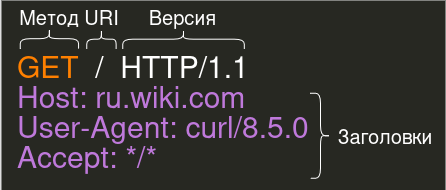
This is img/HTTP1_Request.drawio.png from DarkSoulEater/Http2Presentation, a draw.io export, as it was before one commit. Source tidied: cells renumbered, new cells last; positions are measured from the earlier drawing's top-left corner, leaving out a move shared by most shapes.
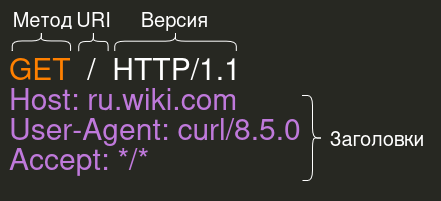
After the commit.

What changed in the source:
```diff
@@ -2,8 +2,8 @@
   <root>
     <mxCell id="0" />
     <mxCell id="1" parent="0" />
-    <mxCell id="2" style="rounded=0;whiteSpace=wrap;html=1;fillStyle=solid;fillColor=light-dark(#eeeeee, #272822);strokeColor=none;" parent="1" vertex="1">
-      <mxGeometry x="2" y="22" width="444" height="190" as="geometry" />
+    <mxCell id="2" style="rounded=0;whiteSpace=wrap;html=1;fillStyle=solid;fillColor=light-dark(#eeeeee, #272822);strokeColor=light-dark(#000000, #272822);" parent="1" vertex="1">
+      <mxGeometry x="9" y="19.8" width="440" height="200" as="geometry" />
     </mxCell>
     <mxCell id="3" value="&lt;font style=&quot;font-size: 30px;&quot;&gt;&lt;span style=&quot;color: light-dark(rgb(0, 0, 0), rgb(255, 128, 0));&quot;&gt;GET&lt;/span&gt;&amp;nbsp; /&amp;nbsp; HTTP/1.1&lt;/font&gt;" style="text;html=1;align=left;verticalAlign=middle;whiteSpace=wrap;rounded=0;" parent="1" vertex="1">
       <mxGeometry x="16" y="67" width="390" height="40" as="geometry" />
@@ -12,7 +12,7 @@
       <mxGeometry x="40" y="31" width="20" height="58.3" as="geometry" />
     </mxCell>
     <mxCell id="5" value="&lt;font style=&quot;font-size: 20px;&quot;&gt;Метод&lt;/font&gt;" style="text;html=1;align=center;verticalAlign=middle;whiteSpace=wrap;rounded=0;" parent="1" vertex="1">
-      <mxGeometry y="23" width="100" height="30" as="geometry" />
+      <mxGeometry x="16" y="23" width="71" height="30" as="geometry" />
     </mxCell>
     <mxCell id="6" style="shape=curlyBracket;whiteSpace=wrap;html=1;rounded=1;flipH=1;labelPosition=right;verticalLabelPosition=middle;align=left;verticalAlign=middle;rotation=-90;" parent="1" vertex="1">
       <mxGeometry x="92" y="46" width="20" height="29.4" as="geometry" />
@@ -24,22 +24,22 @@
       <mxGeometry x="84.7" y="23" width="34.7" height="30" as="geometry" />
     </mxCell>
     <mxCell id="9" value="&lt;font style=&quot;font-size: 20px;&quot;&gt;Версия&lt;/font&gt;" style="text;html=1;align=center;verticalAlign=middle;whiteSpace=wrap;rounded=0;" parent="1" vertex="1">
-      <mxGeometry x="150.4" y="23" width="67.2" height="30" as="geometry" />
+      <mxGeometry x="150.4" y="26.4" width="67.2" height="23.1" as="geometry" />
     </mxCell>
     <mxCell id="10" style="shape=curlyBracket;whiteSpace=wrap;html=1;rounded=1;flipH=1;labelPosition=right;verticalLabelPosition=middle;align=left;verticalAlign=middle;" parent="1" vertex="1">
       <mxGeometry x="311" y="114.8" width="20" height="85" as="geometry" />
     </mxCell>
     <mxCell id="11" value="&lt;font style=&quot;font-size: 20px;&quot;&gt;Заголовки&lt;/font&gt;" style="text;html=1;align=center;verticalAlign=middle;whiteSpace=wrap;rounded=0;" parent="1" vertex="1">
-      <mxGeometry x="341" y="142" width="90" height="30" as="geometry" />
+      <mxGeometry x="341" y="141.9" width="90" height="30" as="geometry" />
     </mxCell>
     <mxCell id="12" value="&lt;font style=&quot;font-size: 30px;&quot;&gt;&lt;span style=&quot;&quot;&gt;&lt;span style=&quot;&quot;&gt;&lt;span style=&quot;&quot;&gt;Host:&lt;/span&gt;&lt;/span&gt;&lt;/span&gt; &lt;span style=&quot;&quot;&gt;ru.wiki.com&lt;/span&gt;&lt;/font&gt;" style="text;html=1;align=left;verticalAlign=middle;whiteSpace=wrap;rounded=0;fontColor=light-dark(#000000, #bf79db);" parent="1" vertex="1">
       <mxGeometry x="16" y="92" width="315" height="50" as="geometry" />
     </mxCell>
     <mxCell id="13" value="&lt;font style=&quot;font-size: 30px;&quot;&gt;User-Agent: &lt;span style=&quot;&quot;&gt;curl/8.5.0&lt;/span&gt;&lt;/font&gt;" style="text;html=1;align=left;verticalAlign=middle;whiteSpace=wrap;rounded=0;fontColor=light-dark(#000000, #bf79db);" parent="1" vertex="1">
-      <mxGeometry x="16" y="122" width="305" height="50" as="geometry" />
+      <mxGeometry x="16" y="121.9" width="305" height="50" as="geometry" />
     </mxCell>
     <mxCell id="14" value="&lt;font style=&quot;font-size: 30px;&quot;&gt;Accept: &lt;span style=&quot;&quot;&gt;*/*&lt;/span&gt;&lt;/font&gt;" style="text;html=1;align=left;verticalAlign=middle;whiteSpace=wrap;rounded=0;fontColor=light-dark(#000000, #bf79db);" parent="1" vertex="1">
-      <mxGeometry x="16" y="152" width="295" height="50" as="geometry" />
+      <mxGeometry x="16" y="151.9" width="295" height="50" as="geometry" />
     </mxCell>
   </root>
 </mxGraphModel>
```
